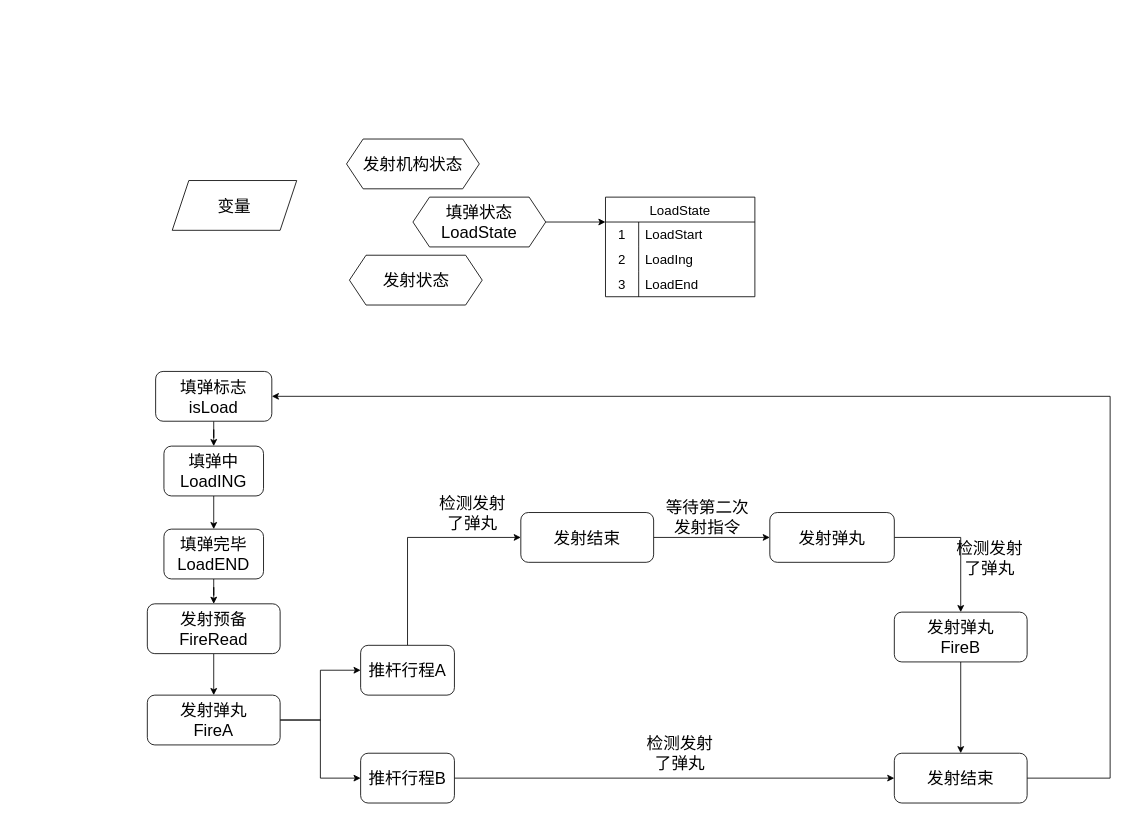
Earlier version of the draw.io diagram 英雄发射机构自动逻辑.drawio (Zhangziji-Cumulus/Cumulus_Notes). Source tidied: cells renumbered, new cells numbered last; positions are measured from the earlier drawing's top-left corner, leaving out a move shared by most shapes. Both pictures are drawn from the tidied source at 83%, with x=0, y=0 at pixel (147, 139).
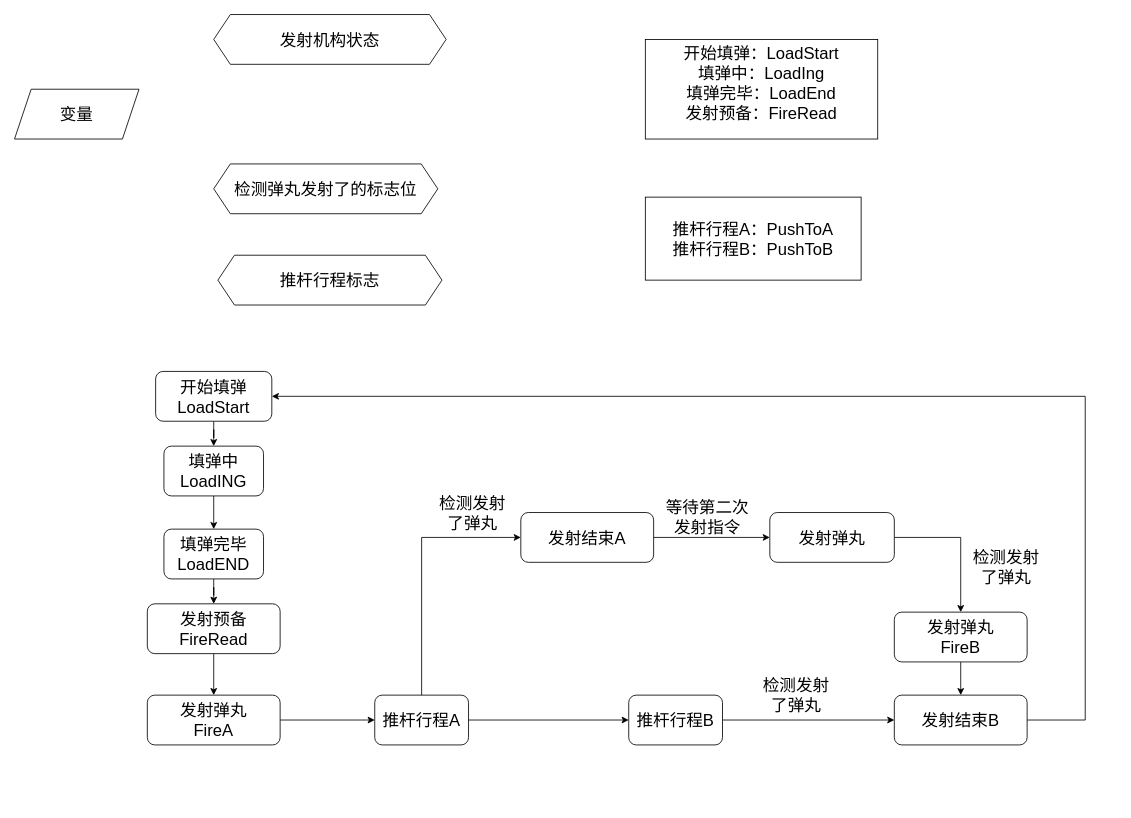
The same page after the edit.

Commit message:
更新英雄发射机构自动逻辑.drawio

The change refers to these unchanged cells:
```xml
<mxCell id="12" value="&lt;span style=&quot;font-size: 20px;&quot;&gt;发射弹丸&lt;/span&gt;&lt;div&gt;&lt;span style=&quot;font-size: 20px;&quot;&gt;FireA&lt;/span&gt;&lt;/div&gt;" style="rounded=1;whiteSpace=wrap;html=1;" parent="1" vertex="1">
  <mxGeometry y="670" width="160" height="60" as="geometry" />
</mxCell>
```

What changed in the source:
```diff
@@
-    <mxCell id="3" value="&lt;span style=&quot;font-size: 20px;&quot;&gt;填弹标志isLoad&lt;/span&gt;" style="rounded=1;whiteSpace=wrap;html=1;" parent="1" vertex="1">
+    <mxCell id="3" value="&lt;span style=&quot;font-size: 20px;&quot;&gt;开始填弹&lt;/span&gt;&lt;br&gt;&lt;div&gt;&lt;span style=&quot;font-size: 20px;&quot;&gt;LoadStart&lt;/span&gt;&lt;/div&gt;" style="rounded=1;whiteSpace=wrap;html=1;" parent="1" vertex="1">
       <mxGeometry x="10" y="280" width="140" height="60" as="geometry" />
     </mxCell>
@@
-    <mxCell id="11" style="edgeStyle=orthogonalEdgeStyle;rounded=0;jettySize=auto;html=1;entryX=0;entryY=0.5;entryDx=0;entryDy=0;" parent="1" edge="1" source="12" target="16">
-      <mxGeometry relative="1" as="geometry" />
-    </mxCell>
@@
+    <mxCell id="44" style="edgeStyle=orthogonalEdgeStyle;rounded=0;jettySize=auto;html=1;" parent="1" edge="1" source="14" target="16">
+      <mxGeometry relative="1" as="geometry" />
+    </mxCell>
     <mxCell id="14" value="&lt;span style=&quot;font-size: 20px;&quot;&gt;推杆行程A&lt;/span&gt;" style="rounded=1;whiteSpace=wrap;html=1;" parent="1" vertex="1">
-      <mxGeometry x="257" y="610" width="113" height="60" as="geometry" />
+      <mxGeometry x="274" y="670" width="113" height="60" as="geometry" />
     </mxCell>
@@
     <mxCell id="16" value="&lt;span style=&quot;font-size: 20px;&quot;&gt;推杆行程B&lt;/span&gt;" style="rounded=1;whiteSpace=wrap;html=1;" parent="1" vertex="1">
-      <mxGeometry x="257" y="740" width="113" height="60" as="geometry" />
+      <mxGeometry x="580" y="670" width="113" height="60" as="geometry" />
     </mxCell>
@@
-    <mxCell id="21" value="&lt;span style=&quot;font-size: 20px;&quot;&gt;发射结束&lt;/span&gt;" style="rounded=1;whiteSpace=wrap;html=1;" parent="1" vertex="1">
+    <mxCell id="21" value="&lt;span style=&quot;font-size: 20px;&quot;&gt;发射结束A&lt;/span&gt;" style="rounded=1;whiteSpace=wrap;html=1;" parent="1" vertex="1">
       <mxGeometry x="450" y="450" width="160" height="60" as="geometry" />
     </mxCell>
     <mxCell id="22" value="&lt;span style=&quot;font-size: 20px;&quot;&gt;检测发射了弹丸&lt;/span&gt;" style="text;html=1;whiteSpace=wrap;strokeColor=none;fillColor=none;align=center;verticalAlign=middle;rounded=0;" parent="1" vertex="1">
-      <mxGeometry x="970" y="490" width="90" height="30" as="geometry" />
+      <mxGeometry x="990" y="500" width="90" height="30" as="geometry" />
     </mxCell>
@@
-    <mxCell id="25" style="edgeStyle=orthogonalEdgeStyle;rounded=0;jettySize=auto;html=1;exitX=1;exitY=0.5;exitDx=0;exitDy=0;entryX=1;entryY=0.5;entryDx=0;entryDy=0;" parent="1" edge="1" source="26" target="3">
+    <mxCell id="25" style="edgeStyle=orthogonalEdgeStyle;rounded=0;jettySize=auto;html=1;entryX=1;entryY=0.5;entryDx=0;entryDy=0;" parent="1" edge="1" source="26" target="3">
       <mxGeometry relative="1" as="geometry">
         <Array as="points">
-          <mxPoint x="1160" y="770" />
-          <mxPoint x="1160" y="310" />
+          <mxPoint x="1130" y="700" />
+          <mxPoint x="1130" y="310" />
         </Array>
       </mxGeometry>
     </mxCell>
-    <mxCell id="26" value="&lt;span style=&quot;font-size: 20px;&quot;&gt;发射结束&lt;/span&gt;" style="rounded=1;whiteSpace=wrap;html=1;" parent="1" vertex="1">
-      <mxGeometry x="900" y="740" width="160" height="60" as="geometry" />
+    <mxCell id="26" value="&lt;span style=&quot;font-size: 20px;&quot;&gt;发射结束B&lt;/span&gt;" style="rounded=1;whiteSpace=wrap;html=1;" parent="1" vertex="1">
+      <mxGeometry x="900" y="670" width="160" height="60" as="geometry" />
     </mxCell>
@@
     <mxCell id="28" value="&lt;span style=&quot;font-size: 20px;&quot;&gt;检测发射了弹丸&lt;/span&gt;" style="text;html=1;whiteSpace=wrap;strokeColor=none;fillColor=none;align=center;verticalAlign=middle;rounded=0;" parent="1" vertex="1">
-      <mxGeometry x="600" y="710" width="84" height="60" as="geometry" />
+      <mxGeometry x="740" y="640" width="84" height="60" as="geometry" />
     </mxCell>
     <mxCell id="29" value="&lt;font style=&quot;font-size: 20px;&quot;&gt;变量&lt;/font&gt;" style="shape=parallelogram;perimeter=parallelogramPerimeter;whiteSpace=wrap;html=1;fixedSize=1;" parent="1" vertex="1">
-      <mxGeometry x="30" y="50" width="150" height="60" as="geometry" />
+      <mxGeometry x="-160" y="-60" width="150" height="60" as="geometry" />
     </mxCell>
     <mxCell id="30" value="&lt;font style=&quot;font-size: 20px;&quot;&gt;发射机构状态&lt;/font&gt;" style="shape=hexagon;perimeter=hexagonPerimeter2;whiteSpace=wrap;html=1;fixedSize=1;" parent="1" vertex="1">
-      <mxGeometry x="240" width="160" height="60" as="geometry" />
+      <mxGeometry x="80" y="-150" width="280" height="60" as="geometry" />
     </mxCell>
-    <mxCell id="31" style="edgeStyle=orthogonalEdgeStyle;rounded=0;jettySize=auto;html=1;exitX=1;exitY=0.5;exitDx=0;exitDy=0;entryX=0;entryY=0.25;entryDx=0;entryDy=0;" parent="1" edge="1" source="32" target="34">
-      <mxGeometry relative="1" as="geometry" />
-    </mxCell>
-    <mxCell id="32" value="&lt;font style=&quot;font-size: 20px;&quot;&gt;填弹状态&lt;/font&gt;&lt;font style=&quot;font-size: 20px;&quot;&gt;LoadState&lt;/font&gt;" style="shape=hexagon;perimeter=hexagonPerimeter2;whiteSpace=wrap;html=1;fixedSize=1;" parent="1" vertex="1">
-      <mxGeometry x="320" y="70" width="160" height="60" as="geometry" />
-    </mxCell>
-    <mxCell id="33" value="&lt;font style=&quot;font-size: 20px;&quot;&gt;发射状态&lt;/font&gt;" style="shape=hexagon;perimeter=hexagonPerimeter2;whiteSpace=wrap;html=1;fixedSize=1;" parent="1" vertex="1">
-      <mxGeometry x="243.5" y="140" width="160" height="60" as="geometry" />
+    <mxCell id="33" value="&lt;span style=&quot;font-size: 20px;&quot;&gt;检测弹丸发射了的标志位&lt;/span&gt;" style="shape=hexagon;perimeter=hexagonPerimeter2;whiteSpace=wrap;html=1;fixedSize=1;" parent="1" vertex="1">
+      <mxGeometry x="80" y="30" width="270" height="60" as="geometry" />
     </mxCell>
-    <mxCell id="34" value="LoadState" style="shape=table;startSize=30;childLayout=tableLayout;rowLines=0;fontStyle=0;strokeColor=default;fontSize=16;" parent="1" vertex="1">
-      <mxGeometry x="552" y="70" width="180" height="120" as="geometry" />
-    </mxCell>
-    <mxCell id="35" style="shape=tableRow;horizontal=0;startSize=0;swimlaneHead=0;swimlaneBody=0;top=0;left=0;bottom=0;right=0;fillColor=none;strokeColor=inherit;fontSize=16;" parent="34" vertex="1">
-      <mxGeometry y="30" width="180" height="30" as="geometry" />
-    </mxCell>
-    <mxCell id="36" value="1" style="shape=partialRectangle;html=1;whiteSpace=wrap;fillColor=none;top=0;left=0;bottom=0;right=0;overflow=hidden;strokeColor=inherit;fontSize=16;" parent="35" vertex="1">
-      <mxGeometry width="40" height="30" as="geometry" />
-    </mxCell>
-    <mxCell id="37" value="LoadStart" style="shape=partialRectangle;html=1;whiteSpace=wrap;fillColor=none;top=0;left=0;bottom=0;right=0;align=left;spacingLeft=6;overflow=hidden;strokeColor=inherit;fontSize=16;" parent="35" vertex="1">
-      <mxGeometry x="40" width="140" height="30" as="geometry" />
-    </mxCell>
-    <mxCell id="38" style="shape=tableRow;horizontal=0;startSize=0;swimlaneHead=0;swimlaneBody=0;top=0;left=0;bottom=0;right=0;fillColor=none;strokeColor=inherit;fontSize=16;" parent="34" vertex="1">
-      <mxGeometry y="60" width="180" height="30" as="geometry" />
-    </mxCell>
-    <mxCell id="39" value="2" style="shape=partialRectangle;html=1;whiteSpace=wrap;fillColor=none;top=0;left=0;bottom=0;right=0;overflow=hidden;strokeColor=inherit;fontSize=16;" parent="38" vertex="1">
-      <mxGeometry width="40" height="30" as="geometry" />
-    </mxCell>
-    <mxCell id="40" value="LoadIng" style="shape=partialRectangle;html=1;whiteSpace=wrap;fillColor=none;top=0;left=0;bottom=0;right=0;align=left;spacingLeft=6;overflow=hidden;strokeColor=inherit;fontSize=16;" parent="38" vertex="1">
-      <mxGeometry x="40" width="140" height="30" as="geometry" />
-    </mxCell>
-    <mxCell id="41" style="shape=tableRow;horizontal=0;startSize=0;swimlaneHead=0;swimlaneBody=0;top=0;left=0;bottom=0;right=0;fillColor=none;strokeColor=inherit;fontSize=16;" parent="34" vertex="1">
-      <mxGeometry y="90" width="180" height="30" as="geometry" />
-    </mxCell>
-    <mxCell id="42" value="3" style="shape=partialRectangle;html=1;whiteSpace=wrap;fillColor=none;top=0;left=0;bottom=0;right=0;overflow=hidden;strokeColor=inherit;fontSize=16;" parent="41" vertex="1">
-      <mxGeometry width="40" height="30" as="geometry" />
-    </mxCell>
-    <mxCell id="43" value="LoadEnd" style="shape=partialRectangle;html=1;whiteSpace=wrap;fillColor=none;top=0;left=0;bottom=0;right=0;align=left;spacingLeft=6;overflow=hidden;strokeColor=inherit;fontSize=16;" parent="41" vertex="1">
-      <mxGeometry x="40" width="140" height="30" as="geometry" />
-    </mxCell>
+    <mxCell id="45" value="&lt;font style=&quot;font-size: 20px;&quot;&gt;开始填弹：LoadStart&lt;/font&gt;&lt;div&gt;&lt;font style=&quot;font-size: 20px;&quot;&gt;填弹中：LoadIng&lt;/font&gt;&lt;/div&gt;&lt;div&gt;&lt;font style=&quot;font-size: 20px;&quot;&gt;填弹完毕：LoadEnd&lt;/font&gt;&lt;/div&gt;&lt;div&gt;&lt;span style=&quot;font-size: 20px;&quot;&gt;发射预备：FireRead&lt;/span&gt;&lt;/div&gt;&lt;div&gt;&lt;br&gt;&lt;/div&gt;" style="rounded=0;whiteSpace=wrap;html=1;" parent="1" vertex="1">
+      <mxGeometry x="600" y="-120" width="280" height="120" as="geometry" />
+    </mxCell>
+    <mxCell id="46" value="&lt;span style=&quot;font-size: 20px;&quot;&gt;推杆行程标志&lt;/span&gt;" style="shape=hexagon;perimeter=hexagonPerimeter2;whiteSpace=wrap;html=1;fixedSize=1;" parent="1" vertex="1">
+      <mxGeometry x="85" y="140" width="270" height="60" as="geometry" />
+    </mxCell>
+    <mxCell id="47" value="&lt;div&gt;&lt;span style=&quot;font-size: 20px;&quot;&gt;推杆行程A：PushToA&lt;/span&gt;&lt;/div&gt;&lt;div&gt;&lt;span style=&quot;font-size: 20px;&quot;&gt;推杆行程B&lt;/span&gt;&lt;span style=&quot;font-size: 20px; background-color: transparent; color: light-dark(rgb(0, 0, 0), rgb(255, 255, 255));&quot;&gt;：PushToB&lt;/span&gt;&lt;/div&gt;" style="rounded=0;whiteSpace=wrap;html=1;" parent="1" vertex="1">
+      <mxGeometry x="600" y="70" width="260" height="100" as="geometry" />
+    </mxCell>
```
